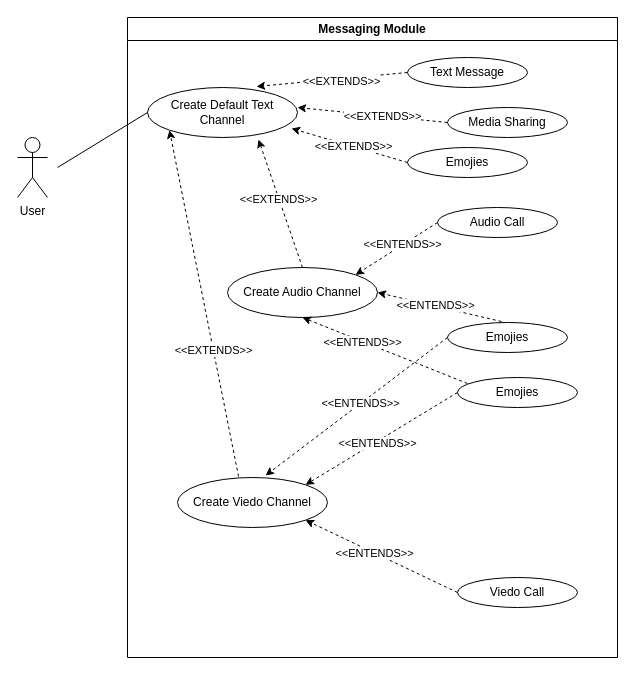
Harshul1484/BMP- keeps this draw.io diagram as Usecase Diagram/Messaging Module.drawio. Above is the earlier version. Source tidied: cells renumbered, new cells numbered last; positions are measured from the earlier drawing's top-left corner, leaving out a move shared by most shapes. Both pictures are drawn from the tidied source at 100%, with x=0, y=0 at pixel (17, 17).
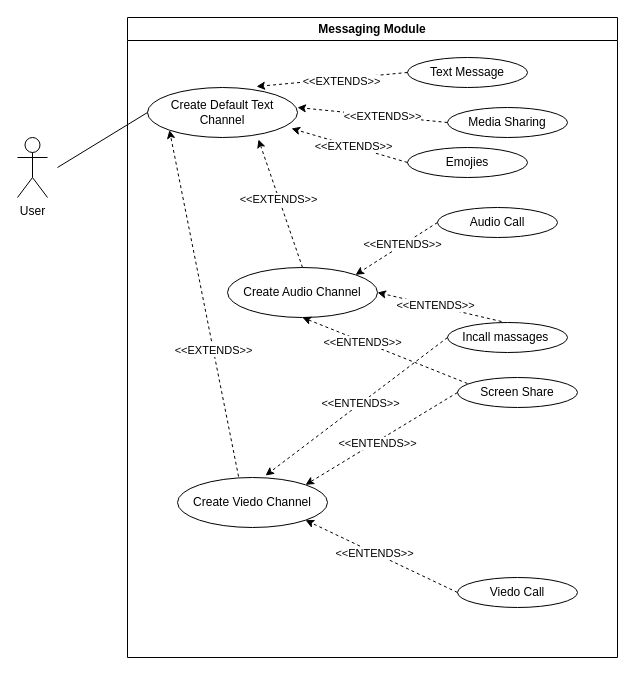
The same diagram, later.

Unchanged cells that the change refers to:
```xml
<mxCell id="2" value="Messaging Module" style="swimlane;whiteSpace=wrap;html=1;" parent="1" vertex="1">
  <mxGeometry x="110" width="490" height="640" as="geometry" />
</mxCell>
```

Diff of the diagram source:
```diff
@@
-    <mxCell id="10" value="Emojies" style="ellipse;whiteSpace=wrap;html=1;" parent="2" vertex="1">
+    <mxCell id="10" value="Incall&amp;nbsp;massages&amp;nbsp;" style="ellipse;whiteSpace=wrap;html=1;" parent="2" vertex="1">
       <mxGeometry x="320" y="305" width="120" height="30" as="geometry" />
     </mxCell>
-    <mxCell id="11" value="Emojies" style="ellipse;whiteSpace=wrap;html=1;" parent="2" vertex="1">
+    <mxCell id="11" value="Screen Share" style="ellipse;whiteSpace=wrap;html=1;" parent="2" vertex="1">
       <mxGeometry x="330" y="360" width="120" height="30" as="geometry" />
     </mxCell>
```
